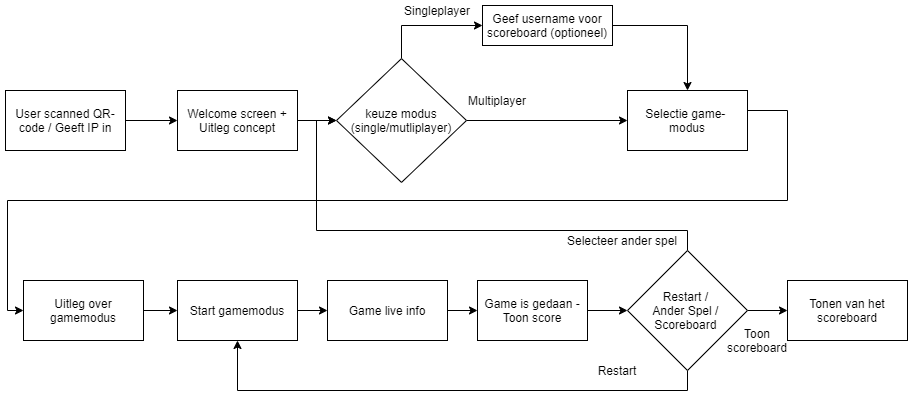
Earlier version of the draw.io export documentatie/flows.png (WoutDemeyere/Team-Project-TiktEm). Source tidied: cells renumbered, new cells last; positions are measured from the earlier drawing's top-left corner, leaving out a move shared by most shapes.
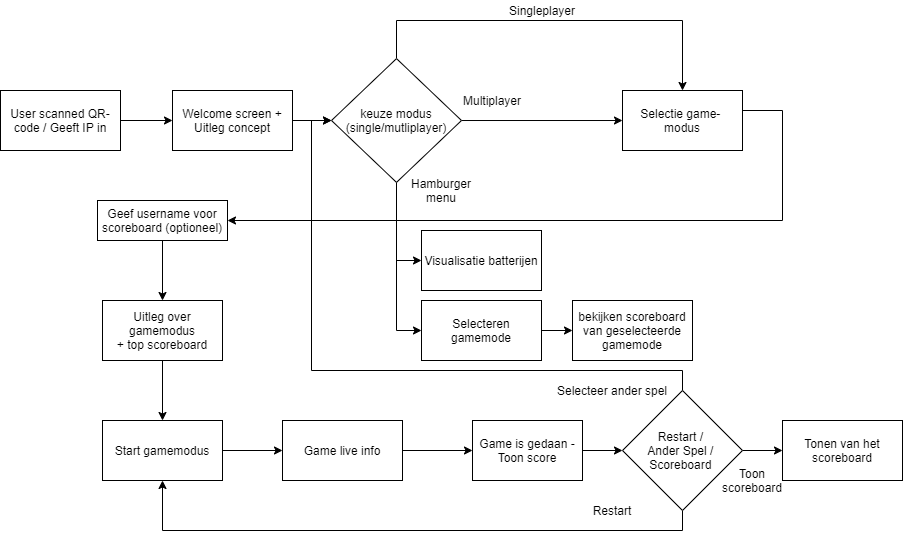
After the commit.

Commit message:
update flows en presenatie

The edit, as a diff of the source:
```diff
@@ -8,15 +8,10 @@
     <mxCell id="3" value="User scanned QR-code / Geeft IP in" style="rounded=0;whiteSpace=wrap;html=1;" parent="1" vertex="1">
       <mxGeometry y="90" width="120" height="60" as="geometry" />
     </mxCell>
-    <mxCell id="4" style="edgeStyle=orthogonalEdgeStyle;rounded=0;jettySize=auto;html=1;entryX=0;entryY=0.5;entryDx=0;entryDy=0;exitX=1;exitY=0.5;exitDx=0;exitDy=0;" parent="1" edge="1" source="5" target="11">
+    <mxCell id="4" style="edgeStyle=orthogonalEdgeStyle;rounded=0;jettySize=auto;html=1;entryX=0.5;entryY=0;entryDx=0;entryDy=0;exitX=1;exitY=0.5;exitDx=0;exitDy=0;" parent="1" edge="1" source="21" target="11">
       <mxGeometry relative="1" as="geometry">
         <Array as="points">
-          <mxPoint x="742" y="110" />
-          <mxPoint x="782" y="110" />
-          <mxPoint x="782" y="200" />
-          <mxPoint x="2" y="200" />
-          <mxPoint x="2" y="310" />
-          <mxPoint x="18" y="310" />
+          <mxPoint x="162" y="210" />
         </Array>
       </mxGeometry>
     </mxCell>
@@ -26,38 +21,49 @@
     <mxCell id="6" style="edgeStyle=orthogonalEdgeStyle;rounded=0;jettySize=auto;html=1;" parent="1" edge="1" source="8" target="5">
       <mxGeometry relative="1" as="geometry" />
     </mxCell>
-    <mxCell id="7" style="edgeStyle=orthogonalEdgeStyle;rounded=0;jettySize=auto;html=1;exitX=0.5;exitY=0;exitDx=0;exitDy=0;entryX=0;entryY=0.5;entryDx=0;entryDy=0;" parent="1" edge="1" source="8" target="21">
-      <mxGeometry relative="1" as="geometry" />
-    </mxCell>
+    <mxCell id="31" style="edgeStyle=orthogonalEdgeStyle;rounded=0;jettySize=auto;html=1;entryX=0;entryY=0.5;entryDx=0;entryDy=0;" parent="1" edge="1" source="8" target="34">
+      <mxGeometry relative="1" as="geometry" />
+    </mxCell>
+    <mxCell id="32" style="edgeStyle=orthogonalEdgeStyle;rounded=0;jettySize=auto;html=1;entryX=0;entryY=0.5;entryDx=0;entryDy=0;" parent="1" edge="1" source="8" target="37">
+      <mxGeometry relative="1" as="geometry" />
+    </mxCell>
+    <mxCell id="33" style="edgeStyle=orthogonalEdgeStyle;rounded=0;jettySize=auto;html=1;entryX=0.5;entryY=0;entryDx=0;entryDy=0;" parent="1" edge="1" source="8" target="5">
+      <mxGeometry relative="1" as="geometry">
+        <Array as="points">
+          <mxPoint x="396" y="20" />
+          <mxPoint x="682" y="20" />
+        </Array>
+      </mxGeometry>
+    </mxCell>
     <mxCell id="8" value="&lt;span&gt;keuze modus&lt;/span&gt;&lt;br&gt;&lt;span&gt;(single/mutliplayer)&lt;/span&gt;" style="rhombus;whiteSpace=wrap;html=1;" parent="1" vertex="1">
       <mxGeometry x="331" y="58.1" width="130" height="123.8" as="geometry" />
     </mxCell>
     <mxCell id="9" value="Multiplayer" style="text;html=1;strokeColor=none;fillColor=none;align=center;verticalAlign=middle;whiteSpace=wrap;rounded=0;" parent="1" vertex="1">
       <mxGeometry x="472" y="90" width="40" height="20" as="geometry" />
     </mxCell>
-    <mxCell id="10" style="edgeStyle=orthogonalEdgeStyle;rounded=0;jettySize=auto;html=1;entryX=0;entryY=0.5;entryDx=0;entryDy=0;" parent="1" edge="1" source="11" target="13">
+    <mxCell id="10" style="edgeStyle=orthogonalEdgeStyle;rounded=0;jettySize=auto;html=1;entryX=0.5;entryY=0;entryDx=0;entryDy=0;" parent="1" edge="1" source="11" target="13">
       <mxGeometry relative="1" as="geometry" />
     </mxCell>
-    <mxCell id="11" value="Uitleg over gamemodus" style="rounded=0;whiteSpace=wrap;html=1;" parent="1" vertex="1">
-      <mxGeometry x="18" y="280" width="120" height="60" as="geometry" />
+    <mxCell id="11" value="Uitleg over gamemodus&lt;br&gt;+ top scoreboard" style="rounded=0;whiteSpace=wrap;html=1;" parent="1" vertex="1">
+      <mxGeometry x="102" y="300" width="120" height="60" as="geometry" />
     </mxCell>
     <mxCell id="12" style="edgeStyle=orthogonalEdgeStyle;rounded=0;jettySize=auto;html=1;entryX=0;entryY=0.5;entryDx=0;entryDy=0;" parent="1" edge="1" source="13" target="15">
       <mxGeometry relative="1" as="geometry" />
     </mxCell>
     <mxCell id="13" value="Start gamemodus" style="rounded=0;whiteSpace=wrap;html=1;" parent="1" vertex="1">
-      <mxGeometry x="172" y="280" width="120" height="60" as="geometry" />
+      <mxGeometry x="102" y="420" width="120" height="60" as="geometry" />
     </mxCell>
     <mxCell id="14" style="edgeStyle=orthogonalEdgeStyle;rounded=0;jettySize=auto;html=1;entryX=0;entryY=0.5;entryDx=0;entryDy=0;" parent="1" edge="1" source="15" target="27">
       <mxGeometry relative="1" as="geometry" />
     </mxCell>
     <mxCell id="15" value="Game live info" style="rounded=0;whiteSpace=wrap;html=1;" parent="1" vertex="1">
-      <mxGeometry x="322" y="280" width="120" height="60" as="geometry" />
+      <mxGeometry x="282" y="420" width="120" height="60" as="geometry" />
     </mxCell>
     <mxCell id="16" value="Tonen van het scoreboard" style="rounded=0;whiteSpace=wrap;html=1;" parent="1" vertex="1">
-      <mxGeometry x="782" y="280" width="120" height="60" as="geometry" />
+      <mxGeometry x="782" y="420" width="120" height="60" as="geometry" />
     </mxCell>
     <mxCell id="17" value="Singleplayer" style="text;html=1;strokeColor=none;fillColor=none;align=center;verticalAlign=middle;whiteSpace=wrap;rounded=0;" parent="1" vertex="1">
-      <mxGeometry x="412" width="40" height="20" as="geometry" />
+      <mxGeometry x="522" width="40" height="20" as="geometry" />
     </mxCell>
     <mxCell id="18" style="edgeStyle=orthogonalEdgeStyle;rounded=0;jettySize=auto;html=1;" parent="1" edge="1" source="19" target="8">
       <mxGeometry relative="1" as="geometry" />
@@ -65,49 +71,70 @@
     <mxCell id="19" value="Welcome screen + Uitleg concept" style="rounded=0;whiteSpace=wrap;html=1;" parent="1" vertex="1">
       <mxGeometry x="172" y="90" width="120" height="60" as="geometry" />
     </mxCell>
-    <mxCell id="20" style="edgeStyle=orthogonalEdgeStyle;rounded=0;jettySize=auto;html=1;entryX=0.5;entryY=0;entryDx=0;entryDy=0;" parent="1" edge="1" source="21" target="5">
-      <mxGeometry relative="1" as="geometry" />
-    </mxCell>
-    <mxCell id="21" value="Geef username voor scoreboard (optioneel)" style="rounded=0;whiteSpace=wrap;html=1;" parent="1" vertex="1">
-      <mxGeometry x="477" y="5" width="130" height="40" as="geometry" />
-    </mxCell>
     <mxCell id="22" style="edgeStyle=orthogonalEdgeStyle;rounded=0;jettySize=auto;html=1;" parent="1" edge="1" source="25" target="16">
       <mxGeometry relative="1" as="geometry" />
     </mxCell>
     <mxCell id="23" style="edgeStyle=orthogonalEdgeStyle;rounded=0;jettySize=auto;html=1;" parent="1" edge="1" source="25" target="13">
       <mxGeometry relative="1" as="geometry">
         <Array as="points">
-          <mxPoint x="682" y="390" />
-          <mxPoint x="232" y="390" />
+          <mxPoint x="682" y="530" />
+          <mxPoint x="162" y="530" />
         </Array>
       </mxGeometry>
     </mxCell>
     <mxCell id="24" style="edgeStyle=orthogonalEdgeStyle;rounded=0;jettySize=auto;html=1;entryX=0;entryY=0.5;entryDx=0;entryDy=0;" parent="1" edge="1" source="25" target="8">
       <mxGeometry relative="1" as="geometry">
         <Array as="points">
-          <mxPoint x="682" y="230" />
-          <mxPoint x="311" y="230" />
+          <mxPoint x="682" y="370" />
+          <mxPoint x="311" y="370" />
           <mxPoint x="311" y="120" />
         </Array>
       </mxGeometry>
     </mxCell>
     <mxCell id="25" value="Restart / &lt;br&gt;Ander Spel /&amp;nbsp;&lt;br&gt;Scoreboard&amp;nbsp;" style="rhombus;whiteSpace=wrap;html=1;" parent="1" vertex="1">
-      <mxGeometry x="622" y="250" width="120" height="120" as="geometry" />
+      <mxGeometry x="622" y="390" width="120" height="120" as="geometry" />
     </mxCell>
     <mxCell id="26" style="edgeStyle=orthogonalEdgeStyle;rounded=0;jettySize=auto;html=1;entryX=0;entryY=0.5;entryDx=0;entryDy=0;" parent="1" edge="1" source="27" target="25">
       <mxGeometry relative="1" as="geometry" />
     </mxCell>
     <mxCell id="27" value="Game is gedaan - Toon score" style="rounded=0;whiteSpace=wrap;html=1;" parent="1" vertex="1">
-      <mxGeometry x="472" y="280" width="110" height="60" as="geometry" />
+      <mxGeometry x="472" y="420" width="110" height="60" as="geometry" />
     </mxCell>
     <mxCell id="28" value="Toon scoreboard" style="text;html=1;strokeColor=none;fillColor=none;align=center;verticalAlign=middle;whiteSpace=wrap;rounded=0;" parent="1" vertex="1">
-      <mxGeometry x="732" y="330" width="40" height="20" as="geometry" />
+      <mxGeometry x="732" y="470" width="40" height="20" as="geometry" />
     </mxCell>
     <mxCell id="29" value="Restart" style="text;html=1;strokeColor=none;fillColor=none;align=center;verticalAlign=middle;whiteSpace=wrap;rounded=0;" parent="1" vertex="1">
-      <mxGeometry x="592" y="360" width="40" height="20" as="geometry" />
+      <mxGeometry x="592" y="500" width="40" height="20" as="geometry" />
     </mxCell>
     <mxCell id="30" value="Selecteer ander spel" style="text;html=1;strokeColor=none;fillColor=none;align=center;verticalAlign=middle;whiteSpace=wrap;rounded=0;" parent="1" vertex="1">
-      <mxGeometry x="552" y="230" width="130" height="20" as="geometry" />
+      <mxGeometry x="547" y="380" width="130" height="20" as="geometry" />
     </mxCell>
+    <mxCell id="34" value="Visualisatie batterijen" style="rounded=0;whiteSpace=wrap;html=1;" parent="1" vertex="1">
+      <mxGeometry x="421" y="230" width="120" height="60" as="geometry" />
+    </mxCell>
+    <mxCell id="35" value="Hamburger menu" style="text;html=1;strokeColor=none;fillColor=none;align=center;verticalAlign=middle;whiteSpace=wrap;rounded=0;" parent="1" vertex="1">
+      <mxGeometry x="421" y="180" width="40" height="20" as="geometry" />
+    </mxCell>
+    <mxCell id="36" style="edgeStyle=orthogonalEdgeStyle;rounded=0;jettySize=auto;html=1;entryX=0;entryY=0.5;entryDx=0;entryDy=0;" parent="1" edge="1" source="37" target="38">
+      <mxGeometry relative="1" as="geometry" />
+    </mxCell>
+    <mxCell id="37" value="Selecteren gamemode" style="rounded=0;whiteSpace=wrap;html=1;" parent="1" vertex="1">
+      <mxGeometry x="421" y="300" width="120" height="60" as="geometry" />
+    </mxCell>
+    <mxCell id="38" value="bekijken scoreboard&lt;br&gt;van geselecteerde gamemode" style="rounded=0;whiteSpace=wrap;html=1;" parent="1" vertex="1">
+      <mxGeometry x="572" y="300" width="120" height="60" as="geometry" />
+    </mxCell>
+    <mxCell id="21" value="Geef username voor scoreboard (optioneel)" style="rounded=0;whiteSpace=wrap;html=1;" parent="1" vertex="1">
+      <mxGeometry x="97" y="200" width="130" height="40" as="geometry" />
+    </mxCell>
+    <mxCell id="39" style="edgeStyle=orthogonalEdgeStyle;rounded=0;jettySize=auto;html=1;entryX=1;entryY=0.5;entryDx=0;entryDy=0;exitX=1;exitY=0.5;exitDx=0;exitDy=0;" parent="1" edge="1" source="5" target="21">
+      <mxGeometry relative="1" as="geometry">
+        <Array as="points">
+          <mxPoint x="742" y="110" />
+          <mxPoint x="782" y="110" />
+          <mxPoint x="782" y="220" />
+        </Array>
+      </mxGeometry>
+    </mxCell>
   </root>
 </mxGraphModel>
```
